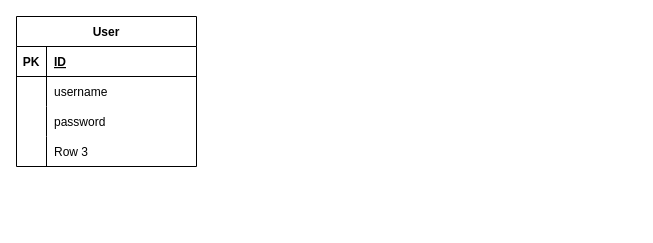
The draw.io diagram AI ERD.drawio in andrew-atef/andrew-atef, before the edit. Source tidied: cells renumbered, new cells numbered last; positions are measured from the earlier drawing's top-left corner, leaving out a move shared by most shapes. Both pictures are drawn from the tidied source at 100%, with x=0, y=0 at pixel (16, 16).
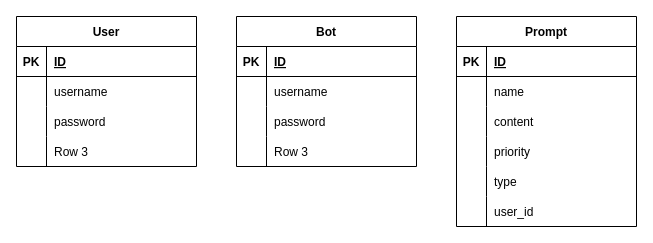
Above is the later version.

What changed in the source:
```diff
@@
+    <mxCell id="15" value="Prompt" style="shape=table;startSize=30;childLayout=tableLayout;rowLines=0;fontStyle=1;align=center;" parent="1" vertex="1">
+      <mxGeometry x="440" width="180" height="210" as="geometry" />
+    </mxCell>
+    <mxCell id="16" style="shape=tableRow;horizontal=0;startSize=0;swimlaneHead=0;swimlaneBody=0;fillColor=none;top=0;left=0;right=0;bottom=1;" parent="15" vertex="1">
+      <mxGeometry y="30" width="180" height="30" as="geometry" />
+    </mxCell>
+    <mxCell id="17" value="PK" style="shape=partialRectangle;fillColor=none;top=0;left=0;bottom=0;right=0;fontStyle=1;overflow=hidden;" parent="16" vertex="1">
+      <mxGeometry width="30" height="30" as="geometry" />
+    </mxCell>
+    <mxCell id="18" value="ID" style="shape=partialRectangle;fillColor=none;top=0;left=0;bottom=0;right=0;align=left;spacingLeft=6;fontStyle=5;overflow=hidden;" parent="16" vertex="1">
+      <mxGeometry x="30" width="150" height="30" as="geometry" />
+    </mxCell>
+    <mxCell id="19" style="shape=tableRow;horizontal=0;startSize=0;swimlaneHead=0;swimlaneBody=0;fillColor=none;top=0;left=0;right=0;bottom=0;" parent="15" vertex="1">
+      <mxGeometry y="60" width="180" height="30" as="geometry" />
+    </mxCell>
+    <mxCell id="20" style="shape=partialRectangle;fillColor=none;top=0;left=0;bottom=0;right=0;overflow=hidden;" parent="19" vertex="1">
+      <mxGeometry width="30" height="30" as="geometry" />
+    </mxCell>
+    <mxCell id="21" value="name" style="shape=partialRectangle;fillColor=none;top=0;left=0;bottom=0;right=0;align=left;spacingLeft=6;overflow=hidden;" parent="19" vertex="1">
+      <mxGeometry x="30" width="150" height="30" as="geometry" />
+    </mxCell>
+    <mxCell id="22" style="shape=tableRow;horizontal=0;startSize=0;swimlaneHead=0;swimlaneBody=0;fillColor=none;top=0;left=0;right=0;bottom=0;" parent="15" vertex="1">
+      <mxGeometry y="90" width="180" height="30" as="geometry" />
+    </mxCell>
+    <mxCell id="23" style="shape=partialRectangle;fillColor=none;top=0;left=0;bottom=0;right=0;overflow=hidden;" parent="22" vertex="1">
+      <mxGeometry width="30" height="30" as="geometry" />
+    </mxCell>
+    <mxCell id="24" value="content" style="shape=partialRectangle;fillColor=none;top=0;left=0;bottom=0;right=0;align=left;spacingLeft=6;overflow=hidden;" parent="22" vertex="1">
+      <mxGeometry x="30" width="150" height="30" as="geometry" />
+    </mxCell>
+    <mxCell id="25" style="shape=tableRow;horizontal=0;startSize=0;swimlaneHead=0;swimlaneBody=0;fillColor=none;top=0;left=0;right=0;bottom=0;" parent="15" vertex="1">
+      <mxGeometry y="120" width="180" height="30" as="geometry" />
+    </mxCell>
+    <mxCell id="26" style="shape=partialRectangle;fillColor=none;top=0;left=0;bottom=0;right=0;overflow=hidden;" parent="25" vertex="1">
+      <mxGeometry width="30" height="30" as="geometry" />
+    </mxCell>
+    <mxCell id="27" value="priority" style="shape=partialRectangle;fillColor=none;top=0;left=0;bottom=0;right=0;align=left;spacingLeft=6;overflow=hidden;" parent="25" vertex="1">
+      <mxGeometry x="30" width="150" height="30" as="geometry" />
+    </mxCell>
+    <mxCell id="28" style="shape=tableRow;horizontal=0;startSize=0;swimlaneHead=0;swimlaneBody=0;fillColor=none;top=0;left=0;right=0;bottom=0;" parent="15" vertex="1">
+      <mxGeometry y="150" width="180" height="30" as="geometry" />
+    </mxCell>
+    <mxCell id="29" style="shape=partialRectangle;fillColor=none;top=0;left=0;bottom=0;right=0;overflow=hidden;" parent="28" vertex="1">
+      <mxGeometry width="30" height="30" as="geometry" />
+    </mxCell>
+    <mxCell id="30" value="type" style="shape=partialRectangle;fillColor=none;top=0;left=0;bottom=0;right=0;align=left;spacingLeft=6;overflow=hidden;" parent="28" vertex="1">
+      <mxGeometry x="30" width="150" height="30" as="geometry" />
+    </mxCell>
+    <mxCell id="31" style="shape=tableRow;horizontal=0;startSize=0;swimlaneHead=0;swimlaneBody=0;fillColor=none;top=0;left=0;right=0;bottom=0;" parent="15" vertex="1">
+      <mxGeometry y="180" width="180" height="30" as="geometry" />
+    </mxCell>
+    <mxCell id="32" style="shape=partialRectangle;fillColor=none;top=0;left=0;bottom=0;right=0;overflow=hidden;" parent="31" vertex="1">
+      <mxGeometry width="30" height="30" as="geometry" />
+    </mxCell>
+    <mxCell id="33" value="user_id" style="shape=partialRectangle;fillColor=none;top=0;left=0;bottom=0;right=0;align=left;spacingLeft=6;overflow=hidden;" parent="31" vertex="1">
+      <mxGeometry x="30" width="150" height="30" as="geometry" />
+    </mxCell>
+    <mxCell id="34" value="Bot" style="shape=table;startSize=30;childLayout=tableLayout;rowLines=0;fontStyle=1;align=center;" parent="1" vertex="1">
+      <mxGeometry x="220" width="180" height="150" as="geometry" />
+    </mxCell>
+    <mxCell id="35" style="shape=tableRow;horizontal=0;startSize=0;swimlaneHead=0;swimlaneBody=0;fillColor=none;top=0;left=0;right=0;bottom=1;" parent="34" vertex="1">
+      <mxGeometry y="30" width="180" height="30" as="geometry" />
+    </mxCell>
+    <mxCell id="36" value="PK" style="shape=partialRectangle;fillColor=none;top=0;left=0;bottom=0;right=0;fontStyle=1;overflow=hidden;" parent="35" vertex="1">
+      <mxGeometry width="30" height="30" as="geometry" />
+    </mxCell>
+    <mxCell id="37" value="ID" style="shape=partialRectangle;fillColor=none;top=0;left=0;bottom=0;right=0;align=left;spacingLeft=6;fontStyle=5;overflow=hidden;" parent="35" vertex="1">
+      <mxGeometry x="30" width="150" height="30" as="geometry" />
+    </mxCell>
+    <mxCell id="38" style="shape=tableRow;horizontal=0;startSize=0;swimlaneHead=0;swimlaneBody=0;fillColor=none;top=0;left=0;right=0;bottom=0;" parent="34" vertex="1">
+      <mxGeometry y="60" width="180" height="30" as="geometry" />
+    </mxCell>
+    <mxCell id="39" style="shape=partialRectangle;fillColor=none;top=0;left=0;bottom=0;right=0;overflow=hidden;" parent="38" vertex="1">
+      <mxGeometry width="30" height="30" as="geometry" />
+    </mxCell>
+    <mxCell id="40" value="username" style="shape=partialRectangle;fillColor=none;top=0;left=0;bottom=0;right=0;align=left;spacingLeft=6;overflow=hidden;" parent="38" vertex="1">
+      <mxGeometry x="30" width="150" height="30" as="geometry" />
+    </mxCell>
+    <mxCell id="41" style="shape=tableRow;horizontal=0;startSize=0;swimlaneHead=0;swimlaneBody=0;fillColor=none;top=0;left=0;right=0;bottom=0;" parent="34" vertex="1">
+      <mxGeometry y="90" width="180" height="30" as="geometry" />
+    </mxCell>
+    <mxCell id="42" style="shape=partialRectangle;fillColor=none;top=0;left=0;bottom=0;right=0;overflow=hidden;" parent="41" vertex="1">
+      <mxGeometry width="30" height="30" as="geometry" />
+    </mxCell>
+    <mxCell id="43" value="password" style="shape=partialRectangle;fillColor=none;top=0;left=0;bottom=0;right=0;align=left;spacingLeft=6;overflow=hidden;" parent="41" vertex="1">
+      <mxGeometry x="30" width="150" height="30" as="geometry" />
+    </mxCell>
+    <mxCell id="44" style="shape=tableRow;horizontal=0;startSize=0;swimlaneHead=0;swimlaneBody=0;fillColor=none;top=0;left=0;right=0;bottom=0;" parent="34" vertex="1">
+      <mxGeometry y="120" width="180" height="30" as="geometry" />
+    </mxCell>
+    <mxCell id="45" style="shape=partialRectangle;fillColor=none;top=0;left=0;bottom=0;right=0;overflow=hidden;" parent="44" vertex="1">
+      <mxGeometry width="30" height="30" as="geometry" />
+    </mxCell>
+    <mxCell id="46" value="Row 3" style="shape=partialRectangle;fillColor=none;top=0;left=0;bottom=0;right=0;align=left;spacingLeft=6;overflow=hidden;" parent="44" vertex="1">
+      <mxGeometry x="30" width="150" height="30" as="geometry" />
+    </mxCell>
```
